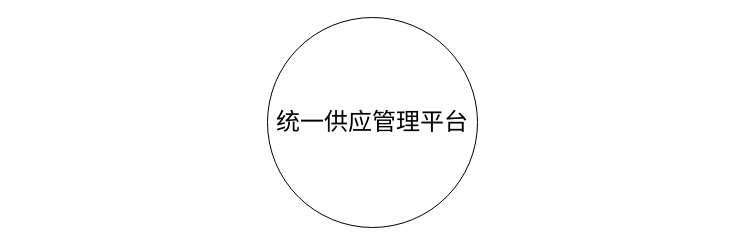
This is 宸臻.drawio from layken/jinrirencai, a draw.io file, before an edit. Source tidied: cells renumbered, new cells numbered last; positions are measured from the earlier drawing's top-left corner, leaving out a move shared by most shapes. Both pictures are drawn from the tidied source at 100%, with x=0, y=0 at pixel (267, 17).
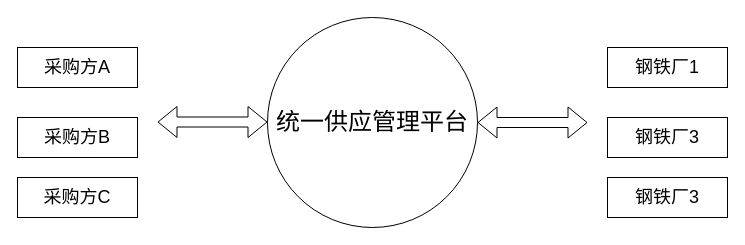
After the change.

Change to the diagram source:
```diff
@@
 <mxGraphModel>
   <root>
     <mxCell id="0" />
     <mxCell id="1" parent="0" />
     <mxCell id="2" value="统一供应管理平台" style="ellipse;whiteSpace=wrap;html=1;fontSize=24;" parent="1" vertex="1">
       <mxGeometry width="210" height="210" as="geometry" />
     </mxCell>
+    <mxCell id="3" value="采购方A" style="rounded=0;whiteSpace=wrap;html=1;fontSize=18;" parent="1" vertex="1">
+      <mxGeometry x="-250" y="30" width="120" height="40" as="geometry" />
+    </mxCell>
+    <mxCell id="4" value="采购方B" style="rounded=0;whiteSpace=wrap;html=1;fontSize=18;" parent="1" vertex="1">
+      <mxGeometry x="-250" y="100" width="120" height="40" as="geometry" />
+    </mxCell>
+    <mxCell id="5" value="采购方C" style="rounded=0;whiteSpace=wrap;html=1;fontSize=18;" parent="1" vertex="1">
+      <mxGeometry x="-250" y="160" width="120" height="40" as="geometry" />
+    </mxCell>
+    <mxCell id="6" value="钢铁厂1" style="rounded=0;whiteSpace=wrap;html=1;fontSize=18;" parent="1" vertex="1">
+      <mxGeometry x="340" y="30" width="120" height="40" as="geometry" />
+    </mxCell>
+    <mxCell id="7" value="钢铁厂3" style="rounded=0;whiteSpace=wrap;html=1;fontSize=18;" parent="1" vertex="1">
+      <mxGeometry x="340" y="100" width="120" height="40" as="geometry" />
+    </mxCell>
+    <mxCell id="8" value="钢铁厂3" style="rounded=0;whiteSpace=wrap;html=1;fontSize=18;" parent="1" vertex="1">
+      <mxGeometry x="340" y="160" width="120" height="40" as="geometry" />
+    </mxCell>
+    <mxCell id="9" style="shape=flexArrow;endArrow=classic;startArrow=classic;html=1;fontSize=18;exitX=1;exitY=0.5;exitDx=0;exitDy=0;" parent="1" edge="1" source="2">
+      <mxGeometry relative="1" as="geometry">
+        <mxPoint x="320" y="105" as="targetPoint" />
+      </mxGeometry>
+    </mxCell>
+    <mxCell id="10" style="shape=flexArrow;endArrow=classic;startArrow=classic;html=1;fontSize=18;exitX=1;exitY=0.5;exitDx=0;exitDy=0;" parent="1" edge="1">
+      <mxGeometry relative="1" as="geometry">
+        <mxPoint x="-110" y="104.5" as="sourcePoint" />
+        <mxPoint y="104.5" as="targetPoint" />
+      </mxGeometry>
+    </mxCell>
   </root>
 </mxGraphModel>
```
